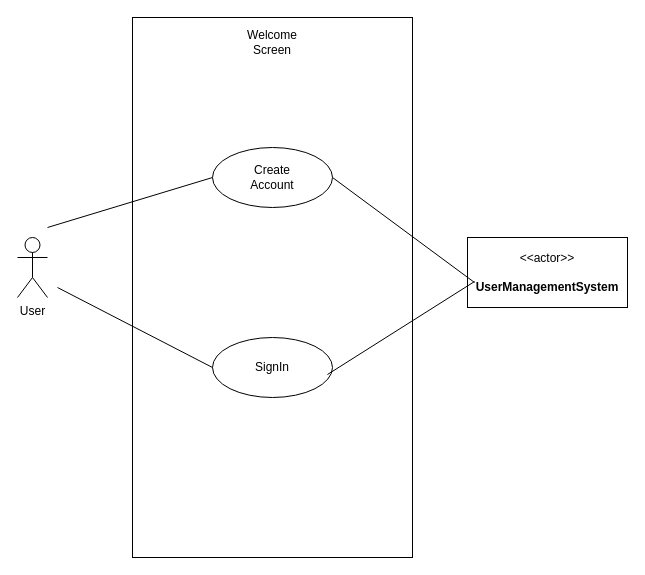
Earlier version of the draw.io diagram page "WelcomeScreen" (1 of 16) of Week-7-Team-04-Use Case Diagrams (2).drawio (Vaibhav-G-Parmar/Chronicle-Your-Ultimate-Travel-Companion). Source tidied: cells renumbered, new cells numbered last; positions are measured from the earlier drawing's top-left corner, leaving out a move shared by most shapes. Both pictures are drawn from the tidied source at 100%, with x=0, y=0 at pixel (17, 17).
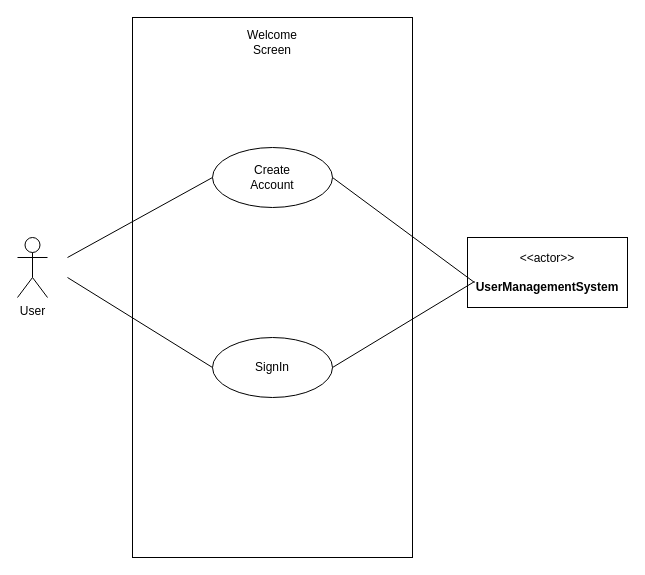
Above is the later version.

Change to the diagram source:
```diff
@@
 <mxGraphModel>
   <root>
     <mxCell id="0" />
     <mxCell id="1" parent="0" />
     <mxCell id="2" value="&lt;h2&gt;&lt;br&gt;&lt;/h2&gt;" style="rounded=0;whiteSpace=wrap;html=1;align=center;" parent="1" vertex="1">
       <mxGeometry x="115" width="280" height="540" as="geometry" />
     </mxCell>
     <mxCell id="3" value="User&lt;br&gt;" style="shape=umlActor;verticalLabelPosition=bottom;verticalAlign=top;html=1;" parent="1" vertex="1">
       <mxGeometry y="220" width="30" height="60" as="geometry" />
     </mxCell>
     <mxCell id="4" value="Create&lt;br&gt;Account" style="ellipse;whiteSpace=wrap;html=1;" parent="1" vertex="1">
       <mxGeometry x="195" y="130" width="120" height="60" as="geometry" />
     </mxCell>
     <mxCell id="5" value="SignIn" style="ellipse;whiteSpace=wrap;html=1;" parent="1" vertex="1">
       <mxGeometry x="195" y="320" width="120" height="60" as="geometry" />
     </mxCell>
     <mxCell id="6" value="Welcome&lt;br&gt;Screen" style="text;html=1;strokeColor=none;fillColor=none;align=center;verticalAlign=middle;whiteSpace=wrap;rounded=0;" parent="1" vertex="1">
       <mxGeometry x="225" y="10" width="60" height="30" as="geometry" />
     </mxCell>
     <mxCell id="7" value="&amp;lt;&amp;lt;actor&amp;gt;&amp;gt;&lt;br&gt;&lt;br&gt;&lt;b&gt;UserManagementSystem&lt;br&gt;&lt;/b&gt;" style="html=1;align=center;verticalAlign=middle;dashed=0;whiteSpace=wrap;" parent="1" vertex="1">
       <mxGeometry x="450" y="220" width="160" height="70" as="geometry" />
     </mxCell>
     <mxCell id="8" style="endArrow=none;html=1;rounded=0;entryX=0;entryY=0.5;entryDx=0;entryDy=0;" parent="1" edge="1" target="4">
       <mxGeometry relative="1" as="geometry">
-        <mxPoint x="30" y="210" as="sourcePoint" />
+        <mxPoint x="50" y="240" as="sourcePoint" />
       </mxGeometry>
     </mxCell>
     <mxCell id="9" style="endArrow=none;html=1;rounded=0;entryX=0;entryY=0.5;entryDx=0;entryDy=0;" parent="1" edge="1" target="5">
       <mxGeometry relative="1" as="geometry">
-        <mxPoint x="40" y="270" as="sourcePoint" />
+        <mxPoint x="50" y="260" as="sourcePoint" />
       </mxGeometry>
     </mxCell>
     <mxCell id="10" style="endArrow=none;html=1;rounded=0;entryX=1;entryY=0.5;entryDx=0;entryDy=0;exitX=0.044;exitY=0.643;exitDx=0;exitDy=0;exitPerimeter=0;" parent="1" edge="1" source="7" target="4">
       <mxGeometry relative="1" as="geometry" />
     </mxCell>
-    <mxCell id="11" style="endArrow=none;html=1;rounded=0;entryX=0.044;entryY=0.629;entryDx=0;entryDy=0;exitX=0.958;exitY=0.617;exitDx=0;exitDy=0;exitPerimeter=0;entryPerimeter=0;" parent="1" edge="1" source="5" target="7">
+    <mxCell id="11" style="endArrow=none;html=1;rounded=0;entryX=0.044;entryY=0.629;entryDx=0;entryDy=0;exitX=1;exitY=0.5;exitDx=0;exitDy=0;entryPerimeter=0;" parent="1" edge="1" source="5" target="7">
       <mxGeometry relative="1" as="geometry" />
     </mxCell>
   </root>
 </mxGraphModel>
```
